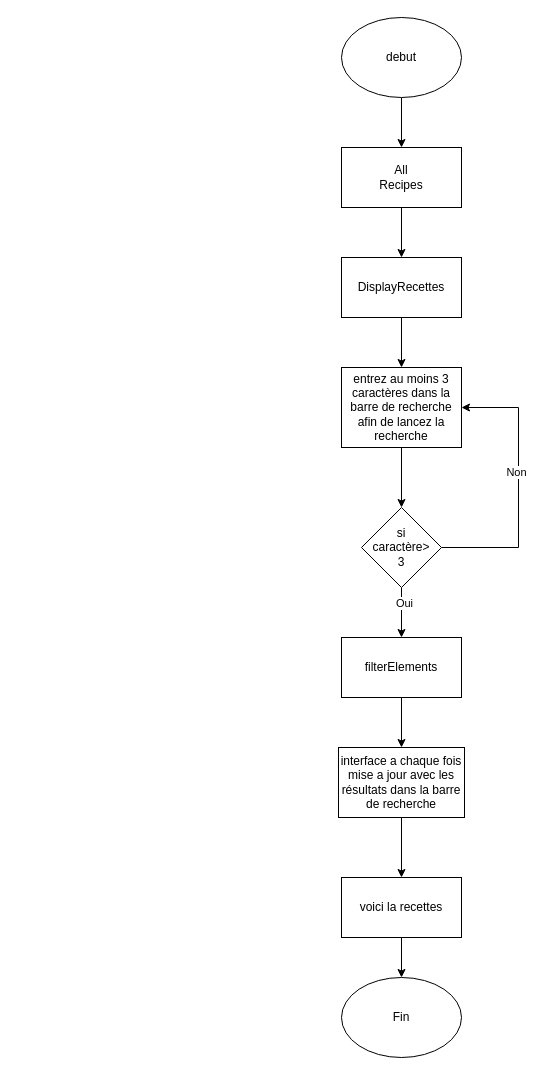
Earlier version of the draw.io diagram page "Page-2" (2 of 5) of diagramme_algo/algo1.drawio (fodie94/projet7). Source tidied: cells renumbered, new cells numbered last; positions are measured from the earlier drawing's top-left corner, leaving out a move shared by most shapes. Both pictures are drawn from the tidied source at 100%, with x=0, y=0 at pixel (338, 17).
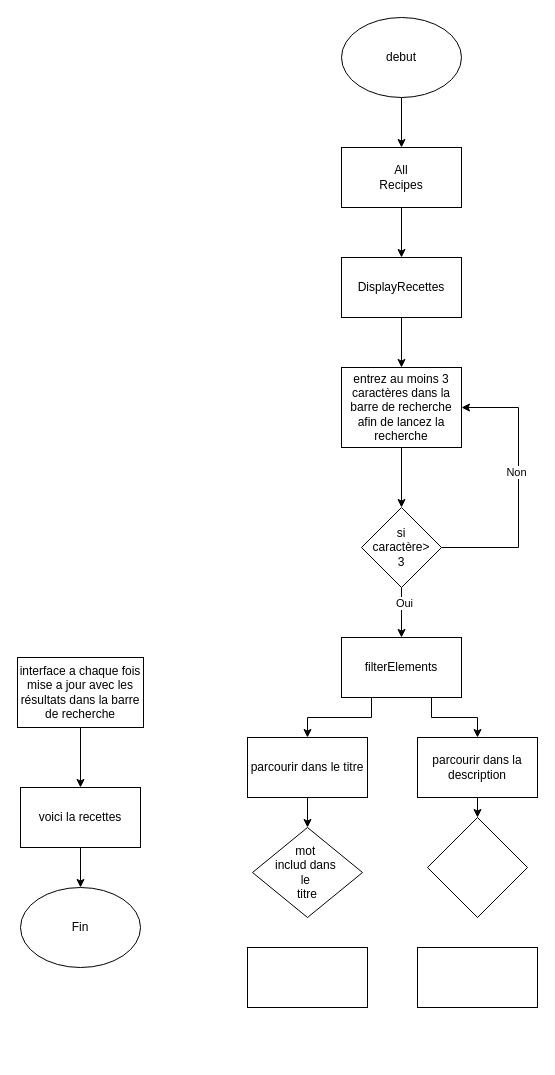
After the change.

The change refers to these unchanged cells:
```xml
<mxCell id="16" value="filterElements" style="whiteSpace=wrap;html=1;" parent="1" vertex="1">
  <mxGeometry x="3" y="620" width="120" height="60" as="geometry" />
</mxCell>
```

Change to the diagram source:
```diff
@@
-    <mxCell id="15" style="edgeStyle=orthogonalEdgeStyle;rounded=0;jettySize=auto;html=1;exitX=0.5;exitY=1;exitDx=0;exitDy=0;entryX=0.5;entryY=0;entryDx=0;entryDy=0;" parent="1" edge="1" source="16" target="18">
-      <mxGeometry relative="1" as="geometry" />
-    </mxCell>
+    <mxCell id="22" style="edgeStyle=orthogonalEdgeStyle;rounded=0;jettySize=auto;html=1;exitX=0.25;exitY=1;exitDx=0;exitDy=0;" parent="1" edge="1" source="16" target="27">
+      <mxGeometry relative="1" as="geometry" />
+    </mxCell>
+    <mxCell id="23" style="edgeStyle=orthogonalEdgeStyle;rounded=0;jettySize=auto;html=1;exitX=0.75;exitY=1;exitDx=0;exitDy=0;entryX=0.5;entryY=0;entryDx=0;entryDy=0;" parent="1" edge="1" source="16" target="25">
+      <mxGeometry relative="1" as="geometry" />
+    </mxCell>
@@
     <mxCell id="18" value="interface&amp;nbsp;a chaque fois mise a jour avec les résultats dans la barre de recherche" style="rounded=0;whiteSpace=wrap;html=1;" parent="1" vertex="1">
-      <mxGeometry y="730" width="126" height="70" as="geometry" />
+      <mxGeometry x="-321" y="640" width="126" height="70" as="geometry" />
     </mxCell>
@@
     <mxCell id="20" value="voici la recettes" style="rounded=0;whiteSpace=wrap;html=1;" parent="1" vertex="1">
-      <mxGeometry x="3" y="860" width="120" height="60" as="geometry" />
+      <mxGeometry x="-318" y="770" width="120" height="60" as="geometry" />
     </mxCell>
     <mxCell id="21" value="Fin" style="ellipse;whiteSpace=wrap;html=1;" parent="1" vertex="1">
-      <mxGeometry x="3" y="960" width="120" height="80" as="geometry" />
+      <mxGeometry x="-318" y="870" width="120" height="80" as="geometry" />
     </mxCell>
+    <mxCell id="24" style="edgeStyle=orthogonalEdgeStyle;rounded=0;jettySize=auto;html=1;exitX=0.5;exitY=1;exitDx=0;exitDy=0;entryX=0.5;entryY=0;entryDx=0;entryDy=0;" parent="1" edge="1" source="25" target="28">
+      <mxGeometry relative="1" as="geometry" />
+    </mxCell>
+    <mxCell id="25" value="parcourir dans la&lt;br&gt;description" style="rounded=0;whiteSpace=wrap;html=1;" parent="1" vertex="1">
+      <mxGeometry x="79" y="720" width="120" height="60" as="geometry" />
+    </mxCell>
+    <mxCell id="26" style="edgeStyle=orthogonalEdgeStyle;rounded=0;jettySize=auto;html=1;exitX=0.5;exitY=1;exitDx=0;exitDy=0;entryX=0.5;entryY=0;entryDx=0;entryDy=0;" parent="1" edge="1" source="27" target="29">
+      <mxGeometry relative="1" as="geometry" />
+    </mxCell>
+    <mxCell id="27" value="parcourir dans le titre" style="rounded=0;whiteSpace=wrap;html=1;" parent="1" vertex="1">
+      <mxGeometry x="-91" y="720" width="120" height="60" as="geometry" />
+    </mxCell>
+    <mxCell id="28" style="rhombus;whiteSpace=wrap;html=1;" parent="1" vertex="1">
+      <mxGeometry x="89" y="800" width="100" height="100" as="geometry" />
+    </mxCell>
+    <mxCell id="29" value="mot&amp;nbsp;&lt;br&gt;includ dans&amp;nbsp;&lt;br&gt;le&amp;nbsp;&lt;br&gt;titre" style="rhombus;whiteSpace=wrap;html=1;" parent="1" vertex="1">
+      <mxGeometry x="-86" y="810" width="110" height="90" as="geometry" />
+    </mxCell>
+    <mxCell id="30" style="rounded=0;whiteSpace=wrap;html=1;" parent="1" vertex="1">
+      <mxGeometry x="79" y="930" width="120" height="60" as="geometry" />
+    </mxCell>
+    <mxCell id="31" style="rounded=0;whiteSpace=wrap;html=1;" parent="1" vertex="1">
+      <mxGeometry x="-91" y="930" width="120" height="60" as="geometry" />
+    </mxCell>
```
